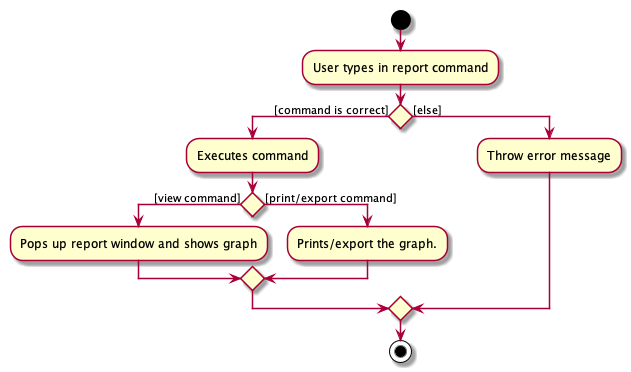
Above: docs/images/Report_MainWindow_.png in zwasd/main (PlantUML), before the change.
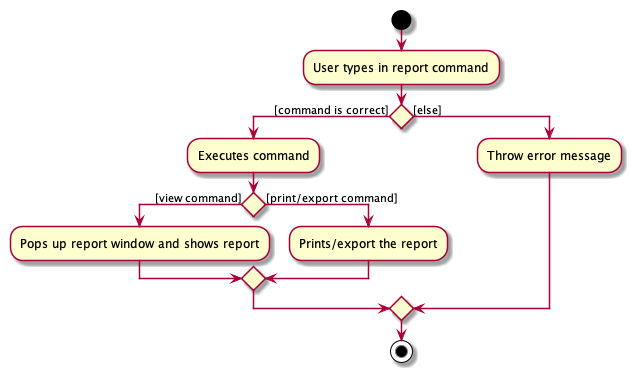
Above is the later version.

Commit message:
Correct activity diagram

What changed in the source:
```diff
@@ -4,9 +4,9 @@
 if () then ([command is correct])
     :Executes command;
      if() then ([view command])
-     :Pops up report window and shows graph;
+     :Pops up report window and shows report;
      else ([print/export command])
-     :Prints/export the graph.;
+     :Prints/export the report;
      endif
 else ([else])
     :Throw error message;
```
